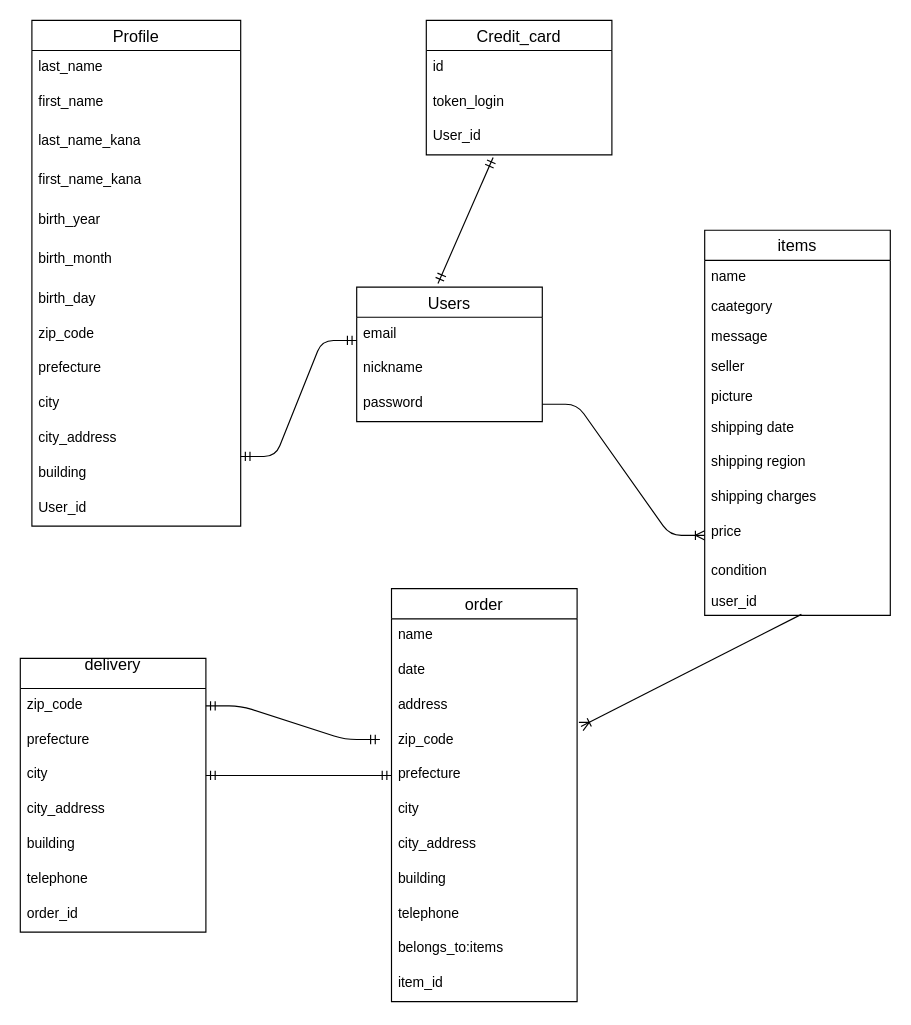
This is ER.dio from tatsu11096/furima-38578, a draw.io file, before an edit. Source tidied: cells renumbered, new cells numbered last; positions are measured from the earlier drawing's top-left corner, leaving out a move shared by most shapes. Both pictures are drawn from the tidied source at 116%, with x=0, y=0 at pixel (20, 20).
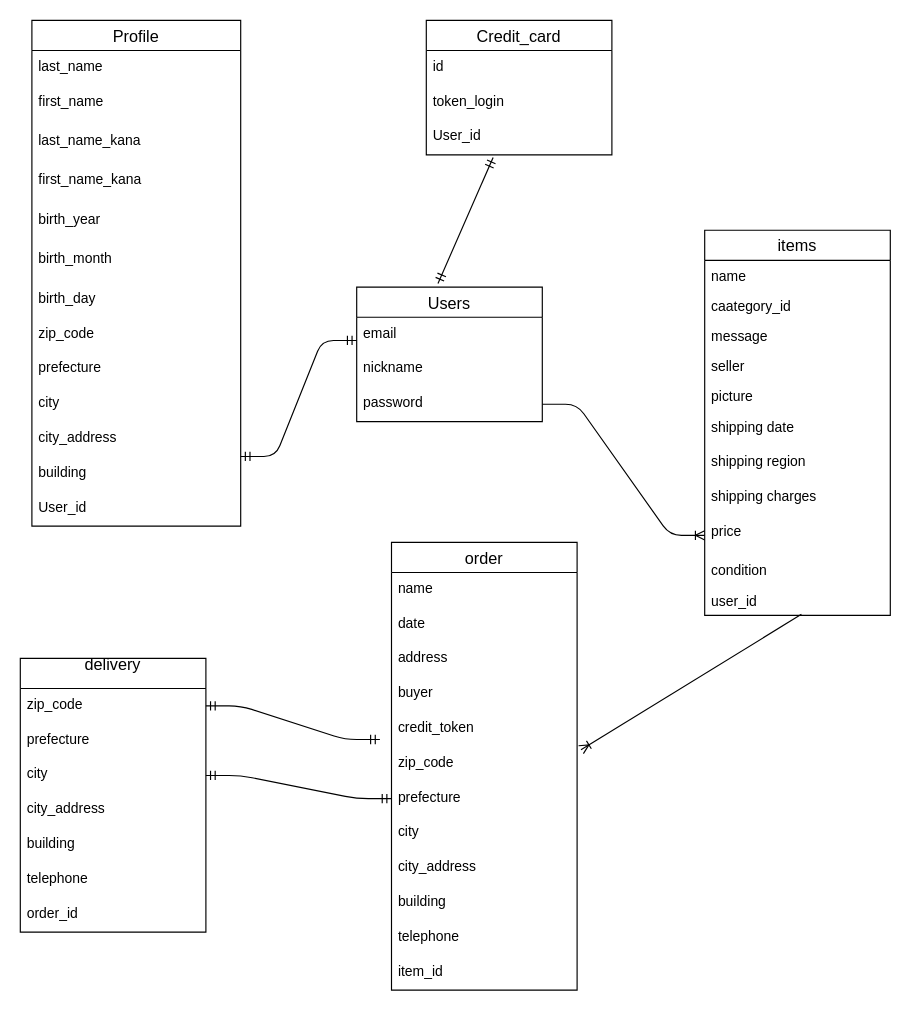
The same page after the edit.

Commit message (it also covers changes not shown here):
カラム訂正

Unchanged cells that the change refers to:
```xml
<mxCell id="26" value="items" style="swimlane;fontStyle=0;horizontal=1;startSize=26;align=center;fontSize=14;whiteSpace=wrap;" parent="1" vertex="1">
  <mxGeometry x="590" y="181" width="160" height="332" as="geometry" />
</mxCell>
```

Change to the diagram source:
```diff
@@
     <mxCell id="6" value="order" style="swimlane;fontStyle=0;horizontal=1;startSize=26;align=center;fontSize=14;" parent="1" vertex="1">
-      <mxGeometry x="320" y="490" width="160" height="356" as="geometry" />
+      <mxGeometry x="320" y="450" width="160" height="386" as="geometry" />
     </mxCell>
@@
+    <mxCell id="62" value="buyer" style="text;strokeColor=none;fillColor=none;spacingLeft=4;spacingRight=4;overflow=hidden;fontSize=12;" parent="6" vertex="1">
+      <mxGeometry y="116" width="160" height="30" as="geometry" />
+    </mxCell>
+    <mxCell id="63" value="credit_token" style="text;strokeColor=none;fillColor=none;spacingLeft=4;spacingRight=4;overflow=hidden;fontSize=12;" parent="6" vertex="1">
+      <mxGeometry y="146" width="160" height="30" as="geometry" />
+    </mxCell>
     <mxCell id="10" value="zip_code" style="text;strokeColor=none;fillColor=none;spacingLeft=4;spacingRight=4;overflow=hidden;points=[[0,0.5],[1,0.5]];portConstraint=eastwest;fontSize=12;" parent="6" vertex="1">
-      <mxGeometry y="116" width="160" height="30" as="geometry" />
+      <mxGeometry y="176" width="160" height="30" as="geometry" />
     </mxCell>
     <mxCell id="11" value="prefecture" style="text;strokeColor=none;fillColor=none;spacingLeft=4;spacingRight=4;overflow=hidden;points=[[0,0.5],[1,0.5]];portConstraint=eastwest;fontSize=12;" parent="6" vertex="1">
-      <mxGeometry y="146" width="160" height="30" as="geometry" />
+      <mxGeometry y="206" width="160" height="30" as="geometry" />
     </mxCell>
     <mxCell id="12" value="city" style="text;strokeColor=none;fillColor=none;spacingLeft=4;spacingRight=4;overflow=hidden;fontSize=12;" parent="6" vertex="1">
-      <mxGeometry y="176" width="160" height="30" as="geometry" />
+      <mxGeometry y="236" width="160" height="30" as="geometry" />
     </mxCell>
     <mxCell id="13" value="city_address" style="text;strokeColor=none;fillColor=none;spacingLeft=4;spacingRight=4;overflow=hidden;fontSize=12;" parent="6" vertex="1">
-      <mxGeometry y="206" width="160" height="30" as="geometry" />
+      <mxGeometry y="266" width="160" height="30" as="geometry" />
     </mxCell>
     <mxCell id="14" value="building" style="text;strokeColor=none;fillColor=none;spacingLeft=4;spacingRight=4;overflow=hidden;fontSize=12;" parent="6" vertex="1">
-      <mxGeometry y="236" width="160" height="30" as="geometry" />
+      <mxGeometry y="296" width="160" height="30" as="geometry" />
     </mxCell>
     <mxCell id="15" value="telephone" style="text;strokeColor=none;fillColor=none;spacingLeft=4;spacingRight=4;overflow=hidden;fontSize=12;" parent="6" vertex="1">
-      <mxGeometry y="266" width="160" height="30" as="geometry" />
+      <mxGeometry y="326" width="160" height="30" as="geometry" />
     </mxCell>
-    <mxCell id="16" value="belongs_to:items" style="text;strokeColor=none;fillColor=none;spacingLeft=4;spacingRight=4;overflow=hidden;fontSize=12;" parent="6" vertex="1">
-      <mxGeometry y="296" width="160" height="30" as="geometry" />
-    </mxCell>
     <mxCell id="17" value="item_id" style="text;strokeColor=none;fillColor=none;spacingLeft=4;spacingRight=4;overflow=hidden;fontSize=12;" parent="6" vertex="1">
-      <mxGeometry y="326" width="160" height="30" as="geometry" />
+      <mxGeometry y="356" width="160" height="30" as="geometry" />
     </mxCell>
@@
-    <mxCell id="28" value="caategory" style="text;strokeColor=none;fillColor=none;spacingLeft=4;spacingRight=4;overflow=hidden;fontSize=12;" parent="26" vertex="1">
+    <mxCell id="28" value="caategory_id" style="text;strokeColor=none;fillColor=none;spacingLeft=4;spacingRight=4;overflow=hidden;fontSize=12;" parent="26" vertex="1">
       <mxGeometry y="52" width="160" height="26" as="geometry" />
     </mxCell>
```
